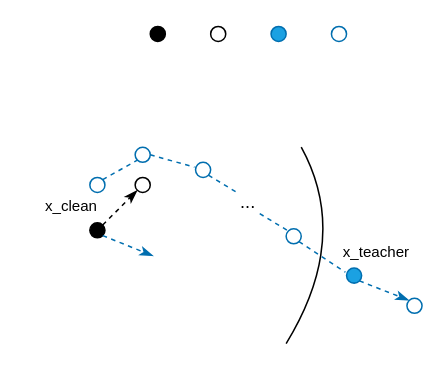
Above: steg示意图.drawio in Zhou-AY/hello-world (draw.io), before the change. Source tidied: cells renumbered, new cells numbered last; positions are measured from the earlier drawing's top-left corner, leaving out a move shared by most shapes. Both pictures are drawn from the tidied source at 151%, with x=0, y=0 at pixel (26, 26).
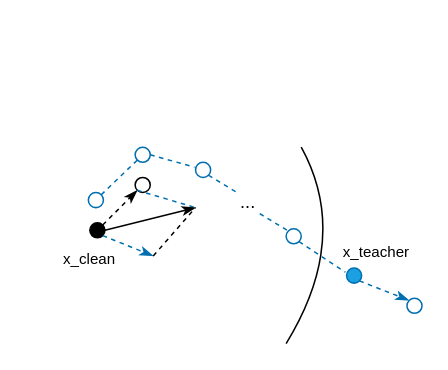
The same diagram, later.

Commit message (it also covers changes not shown here):
更新steg示意图.drawio

The change refers to these unchanged cells:
```xml
<mxCell id="2" style="ellipse;whiteSpace=wrap;html=1;fillColor=#000000;" parent="1" vertex="1">
  <mxGeometry x="42" y="130" width="10" height="10" as="geometry" />
</mxCell>
<mxCell id="3" style="ellipse;whiteSpace=wrap;html=1;fillColor=none;" parent="1" vertex="1">
  <mxGeometry x="72" y="100" width="10" height="10" as="geometry" />
</mxCell>
```

Diff of the diagram source:
```diff
@@
-    <mxCell id="7" style="ellipse;whiteSpace=wrap;html=1;fillColor=#000000;" parent="1" vertex="1">
-      <mxGeometry x="82" width="10" height="10" as="geometry" />
-    </mxCell>
@@
-    <mxCell id="9" style="ellipse;whiteSpace=wrap;html=1;fillColor=#1ba1e2;fontColor=#ffffff;strokeColor=#006EAF;" parent="1" vertex="1">
-      <mxGeometry x="162" width="10" height="10" as="geometry" />
-    </mxCell>
-    <mxCell id="10" style="ellipse;whiteSpace=wrap;html=1;fillColor=none;" parent="1" vertex="1">
-      <mxGeometry x="122" width="10" height="10" as="geometry" />
-    </mxCell>
@@
     <mxCell id="13" value="&lt;font style=&quot;font-size: 10px;&quot;&gt;x_clean&lt;/font&gt;" style="text;html=1;strokeColor=none;fillColor=none;align=center;verticalAlign=middle;whiteSpace=wrap;rounded=0;" parent="1" vertex="1">
-      <mxGeometry y="104" width="60" height="30" as="geometry" />
+      <mxGeometry x="22" y="144" width="40" height="20" as="geometry" />
     </mxCell>
@@
-    <mxCell id="15" style="ellipse;whiteSpace=wrap;html=1;fillColor=none;fontColor=#ffffff;strokeColor=#006EAF;" parent="1" vertex="1">
-      <mxGeometry x="202" width="10" height="10" as="geometry" />
-    </mxCell>
     <mxCell id="16" style="ellipse;whiteSpace=wrap;html=1;fillColor=none;fontColor=#ffffff;strokeColor=#006EAF;" parent="1" vertex="1">
-      <mxGeometry x="42" y="100" width="10" height="10" as="geometry" />
+      <mxGeometry x="41" y="110" width="10" height="10" as="geometry" />
     </mxCell>
@@
+    <mxCell id="26" style="endArrow=none;html=1;rounded=0;exitX=1;exitY=0;exitDx=0;exitDy=0;endFill=0;dashed=1;" parent="1" edge="1">
+      <mxGeometry relative="1" as="geometry">
+        <mxPoint x="84" y="152" as="sourcePoint" />
+        <mxPoint x="112" y="120" as="targetPoint" />
+      </mxGeometry>
+    </mxCell>
+    <mxCell id="27" style="endArrow=none;html=1;rounded=0;exitX=0;exitY=1;exitDx=0;exitDy=0;endFill=0;dashed=1;fillColor=#1ba1e2;strokeColor=#006EAF;" parent="1" edge="1" source="3">
+      <mxGeometry relative="1" as="geometry">
+        <mxPoint x="112" y="120" as="targetPoint" />
+      </mxGeometry>
+    </mxCell>
+    <mxCell id="28" style="endArrow=classicThin;html=1;rounded=0;exitX=1;exitY=0.5;exitDx=0;exitDy=0;endFill=1;" parent="1" edge="1" source="2">
+      <mxGeometry relative="1" as="geometry">
+        <mxPoint x="112" y="120" as="targetPoint" />
+      </mxGeometry>
+    </mxCell>
```
